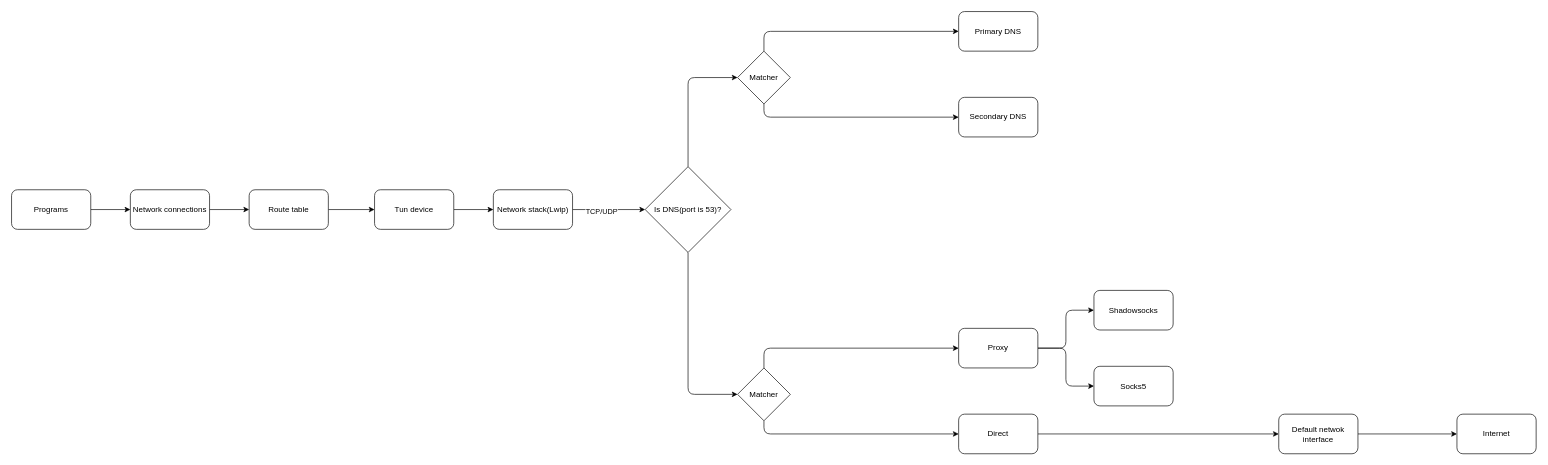
Before: arch.drawio in igoogolx/lux-core, a draw.io diagram. Source tidied: cells renumbered, new cells numbered last; positions are measured from the earlier drawing's top-left corner, leaving out a move shared by most shapes. Both pictures are drawn from the tidied source at 66%, with x=0, y=0 at pixel (11, 11).
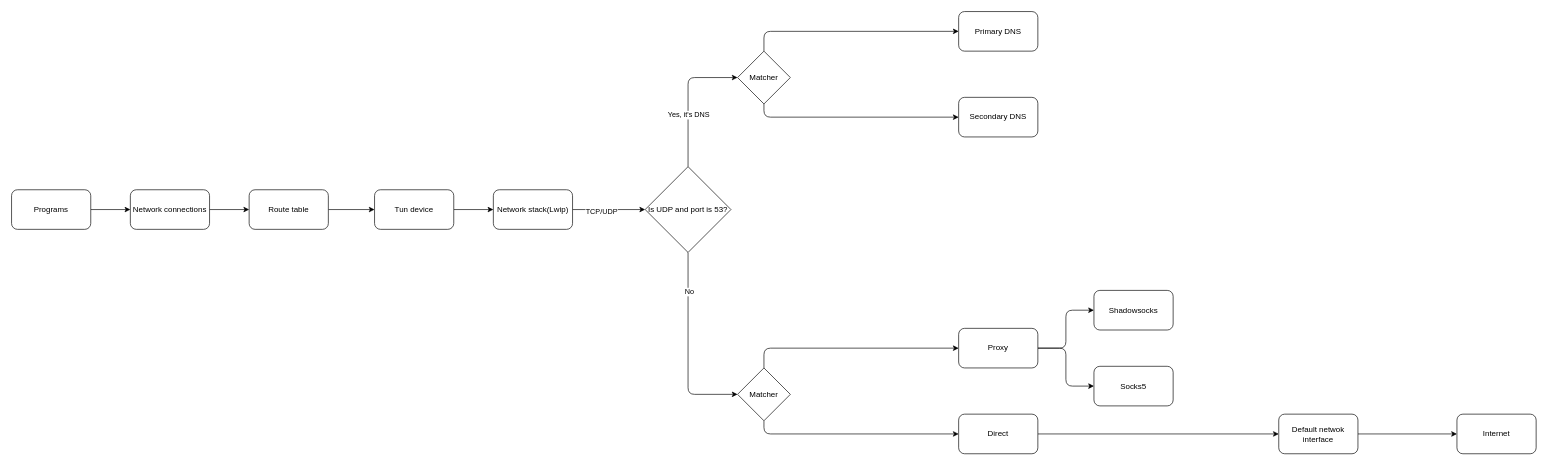
Above is the later version.

Unchanged cells that the change refers to:
```xml
<mxCell id="11" style="edgeStyle=orthogonalEdgeStyle;html=1;exitX=0.5;exitY=0;exitDx=0;exitDy=0;entryX=0;entryY=0.5;entryDx=0;entryDy=0;" parent="1" edge="1" source="13" target="18">
  <mxGeometry relative="1" as="geometry" />
</mxCell>
<mxCell id="12" style="edgeStyle=orthogonalEdgeStyle;html=1;exitX=0.5;exitY=1;exitDx=0;exitDy=0;entryX=0;entryY=0.5;entryDx=0;entryDy=0;" parent="1" edge="1" source="13" target="26">
  <mxGeometry relative="1" as="geometry" />
</mxCell>
```

Change to the diagram source:
```diff
@@
+    <mxCell id="34" value="Yes, it's DNS" style="edgeLabel;html=1;align=center;verticalAlign=middle;" parent="11" vertex="1">
+      <mxGeometry x="-0.25" y="1" relative="1" as="geometry">
+        <mxPoint x="1" as="offset" />
+      </mxGeometry>
+    </mxCell>
@@
+    <mxCell id="35" value="No" style="edgeLabel;html=1;align=center;verticalAlign=middle;" parent="12" vertex="1">
+      <mxGeometry x="-0.59" y="1" relative="1" as="geometry" />
+    </mxCell>
-    <mxCell id="13" value="Is DNS(port is 53)?" style="rhombus;whiteSpace=wrap;html=1;" parent="1" vertex="1">
+    <mxCell id="13" value="Is UDP and port is 53?" style="rhombus;whiteSpace=wrap;html=1;" parent="1" vertex="1">
       <mxGeometry x="960" y="235" width="130" height="130" as="geometry" />
     </mxCell>
```
